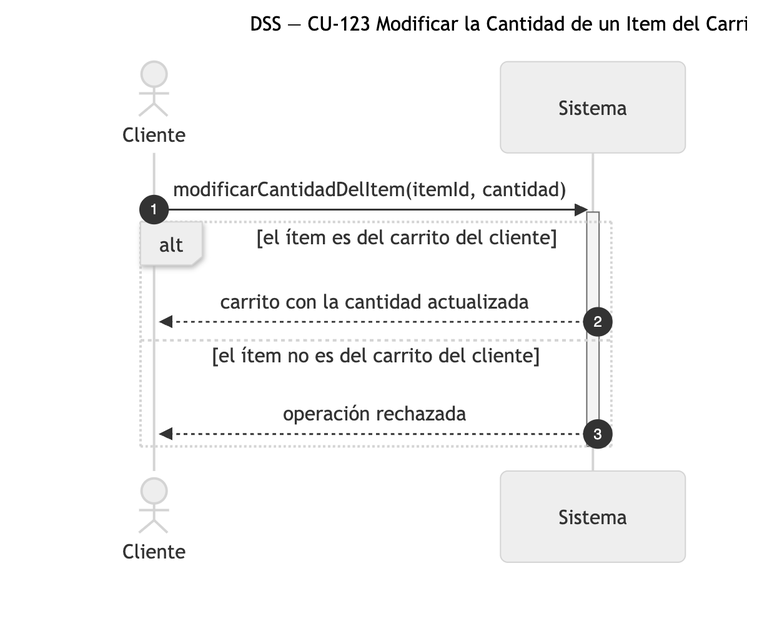
This is diagramas/png/DSS_CU-123_Modificar-la-Cantidad-de-un-Item-del-Carrito.png from Nahuelito-Dev/splg-docs, a Mermaid export, as it was before one commit. Its source is kept beside it as diagramas/DSS_CU-123_Modificar-la-Cantidad-de-un-Item-del-Carrito.mmd.
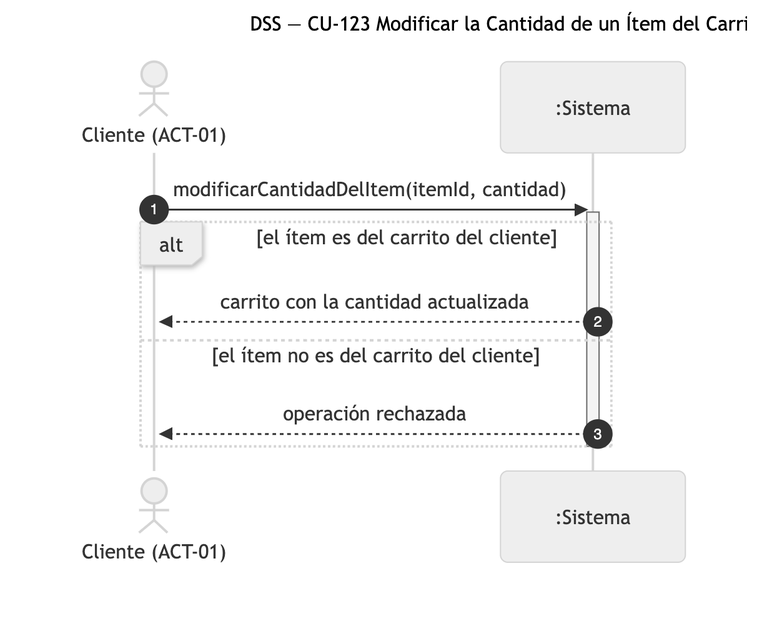
The same file after the commit.

Change to the diagram source:
```diff
@@ -1,8 +1,8 @@
 sequenceDiagram
-    title DSS — CU-123 Modificar la Cantidad de un Item del Carrito
+    title DSS — CU-123 Modificar la Cantidad de un Ítem del Carrito
     autonumber
-    actor CLI as Cliente
-    participant SIS as Sistema
+    actor CLI as Cliente (ACT-01)
+    participant SIS as :Sistema
 
     CLI->>SIS: modificarCantidadDelItem(itemId, cantidad)
     activate SIS
```
